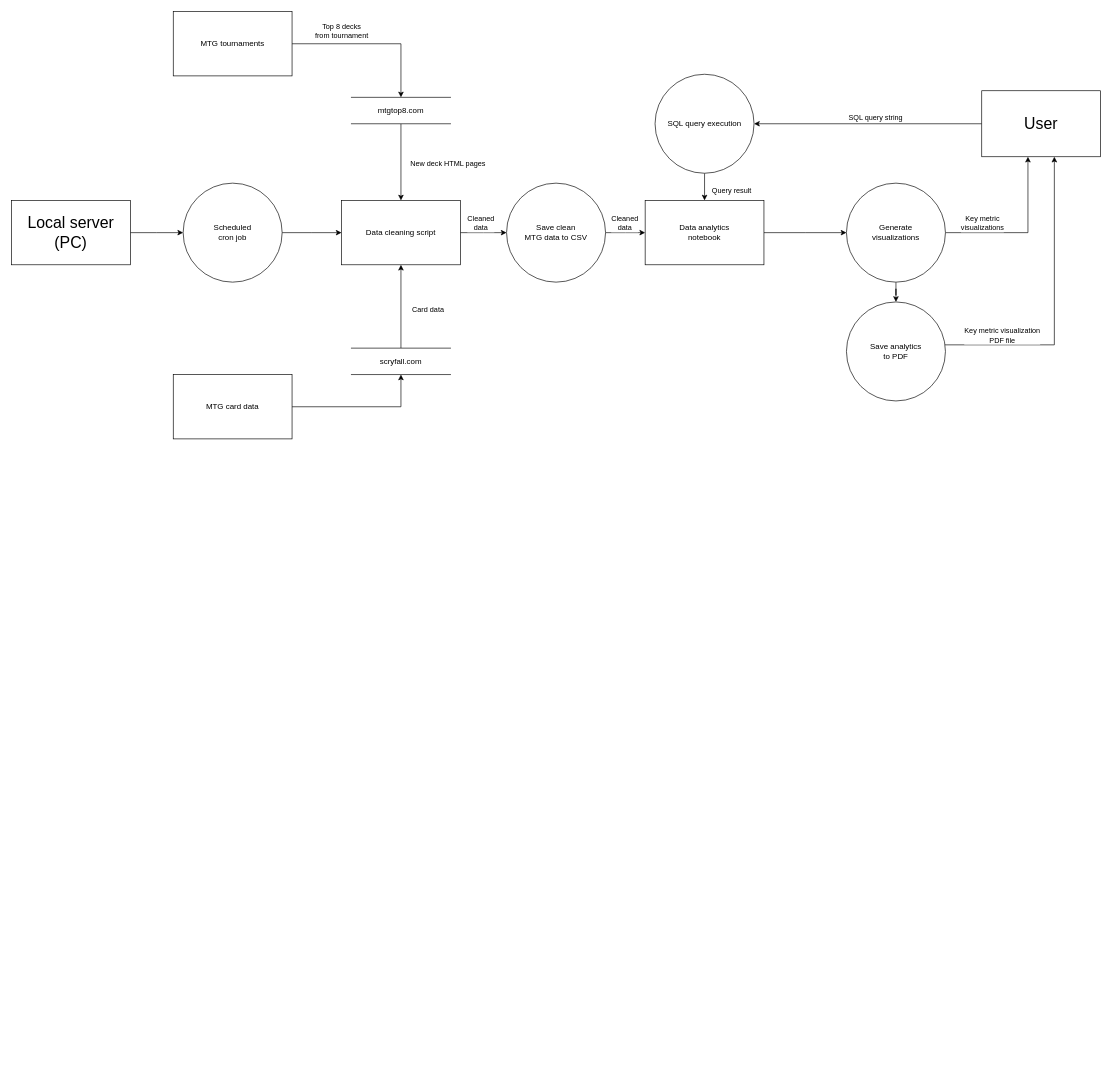
Above: page "DFD-Level1" (2 of 2) of assets/images/portfolio/mcp-scrapper.drawio in gmarti-web/gmarti-web.github.io (draw.io), before the change. Source tidied: cells renumbered, new cells numbered last; positions are measured from the earlier drawing's top-left corner, leaving out a move shared by most shapes. Both pictures are drawn from the tidied source at 66%, with x=0, y=0 at pixel (11, 11).
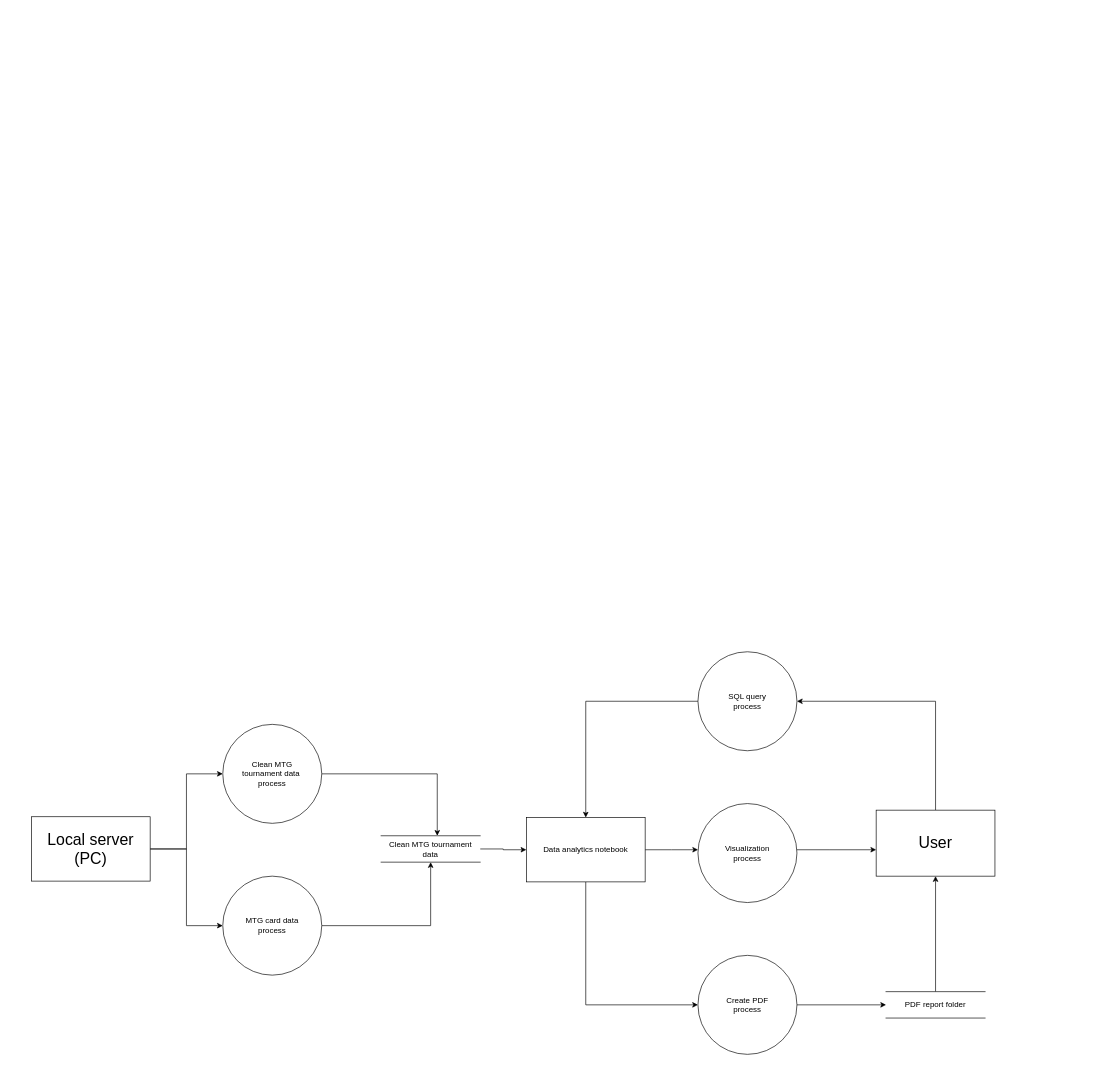
The same page after the edit.

Diff of the diagram source:
```diff
@@
-    <mxCell id="2" style="edgeStyle=orthogonalEdgeStyle;rounded=0;jettySize=auto;html=1;" parent="1" edge="1" source="3" target="8">
-      <mxGeometry relative="1" as="geometry" />
-    </mxCell>
+    <mxCell id="38" style="edgeStyle=orthogonalEdgeStyle;rounded=0;jettySize=auto;html=1;" parent="1" edge="1" source="3" target="41">
+      <mxGeometry relative="1" as="geometry" />
+    </mxCell>
+    <mxCell id="39" style="edgeStyle=orthogonalEdgeStyle;rounded=0;jettySize=auto;html=1;" parent="1" edge="1" source="3" target="43">
+      <mxGeometry relative="1" as="geometry" />
+    </mxCell>
     <mxCell id="3" value="&lt;div&gt;&lt;font style=&quot;font-size: 24px;&quot;&gt;Local server&lt;/font&gt;&lt;/div&gt;&lt;div&gt;&lt;font style=&quot;font-size: 24px;&quot;&gt;(PC)&lt;/font&gt;&lt;/div&gt;" style="html=1;dashed=0;whiteSpace=wrap;" parent="1" vertex="1">
-      <mxGeometry y="286.2" width="180" height="97.5" as="geometry" />
+      <mxGeometry x="30" y="1220" width="180" height="97.5" as="geometry" />
     </mxCell>
-    <mxCell id="4" style="edgeStyle=orthogonalEdgeStyle;rounded=0;jettySize=auto;html=1;" parent="1" edge="1" source="6" target="24">
-      <mxGeometry relative="1" as="geometry" />
-    </mxCell>
-    <mxCell id="5" value="&lt;div&gt;Cleaned&lt;/div&gt;&lt;div&gt;data&lt;/div&gt;" style="edgeLabel;html=1;align=center;verticalAlign=middle;" parent="4" vertex="1">
-      <mxGeometry x="-0.13" y="1" relative="1" as="geometry">
-        <mxPoint y="-14" as="offset" />
-      </mxGeometry>
-    </mxCell>
-    <mxCell id="6" value="&lt;div&gt;Data cleaning script&lt;/div&gt;" style="html=1;dashed=0;whiteSpace=wrap;" parent="1" vertex="1">
-      <mxGeometry x="500" y="286.2" width="180" height="97.5" as="geometry" />
-    </mxCell>
-    <mxCell id="7" style="edgeStyle=orthogonalEdgeStyle;rounded=0;jettySize=auto;html=1;" parent="1" edge="1" source="8" target="6">
-      <mxGeometry relative="1" as="geometry" />
-    </mxCell>
-    <mxCell id="8" value="&lt;div&gt;Scheduled&lt;/div&gt;&lt;div&gt;cron job&lt;/div&gt;" style="shape=ellipse;html=1;dashed=0;whiteSpace=wrap;perimeter=ellipsePerimeter;" parent="1" vertex="1">
-      <mxGeometry x="260" y="260" width="150" height="150" as="geometry" />
-    </mxCell>
-    <mxCell id="9" style="edgeStyle=orthogonalEdgeStyle;rounded=0;jettySize=auto;html=1;exitX=0.5;exitY=1;exitDx=0;exitDy=0;" parent="1" edge="1" source="11" target="6">
-      <mxGeometry relative="1" as="geometry" />
-    </mxCell>
-    <mxCell id="10" value="&lt;div&gt;New deck HTML pages&lt;/div&gt;" style="edgeLabel;html=1;align=center;verticalAlign=middle;" parent="9" vertex="1">
-      <mxGeometry x="-0.19" y="-2" relative="1" as="geometry">
-        <mxPoint x="72" y="13" as="offset" />
-      </mxGeometry>
-    </mxCell>
-    <mxCell id="11" value="mtgtop8.com" style="html=1;dashed=0;whiteSpace=wrap;shape=partialRectangle;right=0;left=0;" parent="1" vertex="1">
-      <mxGeometry x="515" y="130" width="150" height="40" as="geometry" />
-    </mxCell>
-    <mxCell id="12" style="edgeStyle=orthogonalEdgeStyle;rounded=0;jettySize=auto;html=1;entryX=0.5;entryY=0;entryDx=0;entryDy=0;" parent="1" edge="1" source="14" target="11">
-      <mxGeometry relative="1" as="geometry" />
-    </mxCell>
-    <mxCell id="13" value="&lt;div&gt;Top 8 decks&lt;/div&gt;&lt;div&gt;from tournament&lt;/div&gt;" style="edgeLabel;html=1;align=center;verticalAlign=middle;" parent="12" vertex="1">
-      <mxGeometry x="-0.08" y="1" relative="1" as="geometry">
-        <mxPoint x="-39" y="-18" as="offset" />
-      </mxGeometry>
-    </mxCell>
-    <mxCell id="14" value="MTG tournaments" style="html=1;dashed=0;whiteSpace=wrap;" parent="1" vertex="1">
-      <mxGeometry x="245" width="180" height="97.5" as="geometry" />
-    </mxCell>
-    <mxCell id="15" style="edgeStyle=orthogonalEdgeStyle;rounded=0;jettySize=auto;html=1;" parent="1" edge="1" source="16" target="19">
-      <mxGeometry relative="1" as="geometry">
-        <Array as="points">
-          <mxPoint x="590" y="599" />
-        </Array>
-      </mxGeometry>
-    </mxCell>
-    <mxCell id="16" value="MTG card data" style="html=1;dashed=0;whiteSpace=wrap;" parent="1" vertex="1">
-      <mxGeometry x="245" y="550" width="180" height="97.5" as="geometry" />
-    </mxCell>
-    <mxCell id="17" style="edgeStyle=orthogonalEdgeStyle;rounded=0;jettySize=auto;html=1;" parent="1" edge="1" source="19" target="6">
-      <mxGeometry relative="1" as="geometry" />
-    </mxCell>
-    <mxCell id="18" value="Card data" style="edgeLabel;html=1;align=center;verticalAlign=middle;" parent="17" vertex="1">
-      <mxGeometry x="0.02" y="-4" relative="1" as="geometry">
-        <mxPoint x="36" y="4" as="offset" />
-      </mxGeometry>
-    </mxCell>
-    <mxCell id="19" value="scryfall.com" style="html=1;dashed=0;whiteSpace=wrap;shape=partialRectangle;right=0;left=0;" parent="1" vertex="1">
-      <mxGeometry x="515" y="510" width="150" height="40" as="geometry" />
-    </mxCell>
-    <mxCell id="20" style="edgeStyle=orthogonalEdgeStyle;rounded=0;jettySize=auto;html=1;entryX=0;entryY=0.5;entryDx=0;entryDy=0;" parent="1" edge="1" source="21" target="34">
-      <mxGeometry relative="1" as="geometry" />
-    </mxCell>
+    <mxCell id="40" style="edgeStyle=orthogonalEdgeStyle;rounded=0;jettySize=auto;html=1;" parent="1" edge="1" source="41" target="45">
+      <mxGeometry relative="1" as="geometry">
+        <Array as="points">
+          <mxPoint x="645" y="1155" />
+        </Array>
+      </mxGeometry>
+    </mxCell>
+    <mxCell id="41" value="&lt;div&gt;Clean MTG&lt;/div&gt;&lt;div&gt;tournament data&amp;nbsp;&lt;/div&gt;&lt;div&gt;process&lt;/div&gt;" style="shape=ellipse;html=1;dashed=0;whiteSpace=wrap;perimeter=ellipsePerimeter;" parent="1" vertex="1">
+      <mxGeometry x="320" y="1080" width="150" height="150" as="geometry" />
+    </mxCell>
+    <mxCell id="42" style="edgeStyle=orthogonalEdgeStyle;rounded=0;jettySize=auto;html=1;" parent="1" edge="1" source="43" target="45">
+      <mxGeometry relative="1" as="geometry" />
+    </mxCell>
+    <mxCell id="43" value="&lt;div&gt;MTG card data&lt;/div&gt;&lt;div&gt;process&lt;/div&gt;" style="shape=ellipse;html=1;dashed=0;whiteSpace=wrap;perimeter=ellipsePerimeter;" parent="1" vertex="1">
+      <mxGeometry x="320" y="1310" width="150" height="150" as="geometry" />
+    </mxCell>
+    <mxCell id="44" style="edgeStyle=orthogonalEdgeStyle;rounded=0;jettySize=auto;html=1;" parent="1" edge="1" source="45" target="21">
+      <mxGeometry relative="1" as="geometry" />
+    </mxCell>
+    <mxCell id="45" value="&lt;div&gt;Clean MTG tournament&lt;/div&gt;&lt;div&gt;data&lt;/div&gt;" style="html=1;dashed=0;whiteSpace=wrap;shape=partialRectangle;right=0;left=0;" parent="1" vertex="1">
+      <mxGeometry x="560" y="1248.8" width="150" height="40" as="geometry" />
+    </mxCell>
+    <mxCell id="46" style="edgeStyle=orthogonalEdgeStyle;rounded=0;jettySize=auto;html=1;" parent="1" edge="1" source="21" target="52">
+      <mxGeometry relative="1" as="geometry">
+        <Array as="points">
+          <mxPoint x="1000" y="1270" />
+          <mxPoint x="1000" y="1270" />
+        </Array>
+      </mxGeometry>
+    </mxCell>
+    <mxCell id="47" style="edgeStyle=orthogonalEdgeStyle;rounded=0;jettySize=auto;html=1;" parent="1" edge="1" source="21" target="54">
+      <mxGeometry relative="1" as="geometry">
+        <Array as="points">
+          <mxPoint x="870" y="1505" />
+        </Array>
+      </mxGeometry>
+    </mxCell>
-    <mxCell id="21" value="&lt;div&gt;Data analytics&lt;/div&gt;&lt;div&gt;notebook&lt;/div&gt;" style="html=1;dashed=0;whiteSpace=wrap;" parent="1" vertex="1">
-      <mxGeometry x="960" y="286.2" width="180" height="97.5" as="geometry" />
+    <mxCell id="21" value="Data analytics notebook" style="html=1;dashed=0;whiteSpace=wrap;" parent="1" vertex="1">
+      <mxGeometry x="780" y="1221.2" width="180" height="97.5" as="geometry" />
     </mxCell>
-    <mxCell id="22" style="edgeStyle=orthogonalEdgeStyle;rounded=0;jettySize=auto;html=1;" parent="1" edge="1" source="24" target="21">
-      <mxGeometry relative="1" as="geometry" />
-    </mxCell>
-    <mxCell id="23" value="&lt;div&gt;Cleaned&lt;/div&gt;&lt;div&gt;data&lt;/div&gt;" style="edgeLabel;html=1;align=center;verticalAlign=middle;" parent="22" vertex="1">
-      <mxGeometry x="-0.08" y="-1" relative="1" as="geometry">
-        <mxPoint y="-16" as="offset" />
-      </mxGeometry>
-    </mxCell>
-    <mxCell id="24" value="&lt;div&gt;Save clean&lt;/div&gt;&lt;div&gt;MTG data to CSV&lt;/div&gt;" style="shape=ellipse;html=1;dashed=0;whiteSpace=wrap;perimeter=ellipsePerimeter;" parent="1" vertex="1">
-      <mxGeometry x="750" y="260" width="150" height="150" as="geometry" />
-    </mxCell>
-    <mxCell id="25" style="edgeStyle=orthogonalEdgeStyle;rounded=0;jettySize=auto;html=1;" parent="1" edge="1" source="27" target="30">
-      <mxGeometry relative="1" as="geometry" />
-    </mxCell>
-    <mxCell id="26" value="SQL query string" style="edgeLabel;html=1;align=center;verticalAlign=middle;" parent="25" vertex="1">
-      <mxGeometry x="-0.06" y="5" relative="1" as="geometry">
-        <mxPoint y="-15" as="offset" />
-      </mxGeometry>
-    </mxCell>
+    <mxCell id="48" style="edgeStyle=orthogonalEdgeStyle;rounded=0;jettySize=auto;html=1;entryX=1;entryY=0.5;entryDx=0;entryDy=0;" parent="1" edge="1" source="27" target="50">
+      <mxGeometry relative="1" as="geometry">
+        <Array as="points">
+          <mxPoint x="1400" y="1045" />
+        </Array>
+      </mxGeometry>
+    </mxCell>
     <mxCell id="27" value="&lt;font style=&quot;font-size: 24px;&quot;&gt;User&lt;/font&gt;" style="html=1;dashed=0;whiteSpace=wrap;" parent="1" vertex="1">
-      <mxGeometry x="1470" y="120" width="180" height="100" as="geometry" />
+      <mxGeometry x="1310" y="1210" width="180" height="100" as="geometry" />
     </mxCell>
-    <mxCell id="28" style="edgeStyle=orthogonalEdgeStyle;rounded=0;jettySize=auto;html=1;" parent="1" edge="1" source="30" target="21">
-      <mxGeometry relative="1" as="geometry" />
-    </mxCell>
-    <mxCell id="29" value="Query result" style="edgeLabel;html=1;align=center;verticalAlign=middle;" parent="28" vertex="1">
-      <mxGeometry x="-0.02" y="1" relative="1" as="geometry">
-        <mxPoint x="39" y="5" as="offset" />
-      </mxGeometry>
-    </mxCell>
-    <mxCell id="30" value="SQL query execution" style="shape=ellipse;html=1;dashed=0;whiteSpace=wrap;perimeter=ellipsePerimeter;" parent="1" vertex="1">
-      <mxGeometry x="975" y="95" width="150" height="150" as="geometry" />
-    </mxCell>
-    <mxCell id="31" style="edgeStyle=orthogonalEdgeStyle;rounded=0;jettySize=auto;html=1;" parent="1" edge="1" source="34" target="27">
-      <mxGeometry relative="1" as="geometry">
-        <Array as="points">
-          <mxPoint x="1540" y="335" />
-        </Array>
-      </mxGeometry>
-    </mxCell>
-    <mxCell id="32" value="&lt;div&gt;Key metric&lt;/div&gt;&lt;div&gt;visualizations&lt;/div&gt;" style="edgeLabel;html=1;align=center;verticalAlign=middle;" parent="31" vertex="1">
-      <mxGeometry x="-0.34" y="-2" relative="1" as="geometry">
-        <mxPoint x="-24" y="-17" as="offset" />
-      </mxGeometry>
-    </mxCell>
-    <mxCell id="33" style="edgeStyle=orthogonalEdgeStyle;rounded=0;jettySize=auto;html=1;entryX=0.5;entryY=0;entryDx=0;entryDy=0;" parent="1" edge="1" source="34" target="37">
-      <mxGeometry relative="1" as="geometry" />
-    </mxCell>
-    <mxCell id="34" value="&lt;div&gt;Generate&lt;/div&gt;&lt;div&gt;visualizations&lt;/div&gt;" style="shape=ellipse;html=1;dashed=0;whiteSpace=wrap;perimeter=ellipsePerimeter;" parent="1" vertex="1">
-      <mxGeometry x="1265" y="260" width="150" height="150" as="geometry" />
-    </mxCell>
-    <mxCell id="35" style="edgeStyle=orthogonalEdgeStyle;rounded=0;jettySize=auto;html=1;" parent="1" edge="1" source="37" target="27">
-      <mxGeometry relative="1" as="geometry">
-        <Array as="points">
-          <mxPoint x="1580" y="505" />
-        </Array>
-      </mxGeometry>
-    </mxCell>
-    <mxCell id="36" value="&lt;div&gt;Key metric visualization&lt;/div&gt;&lt;div&gt;PDF file&lt;/div&gt;" style="edgeLabel;html=1;align=center;verticalAlign=middle;" parent="35" vertex="1">
-      <mxGeometry x="-0.62" relative="1" as="geometry">
-        <mxPoint y="-15" as="offset" />
-      </mxGeometry>
-    </mxCell>
-    <mxCell id="37" value="&lt;div&gt;Save analytics&lt;/div&gt;&lt;div&gt;to PDF&lt;/div&gt;" style="shape=ellipse;html=1;dashed=0;whiteSpace=wrap;perimeter=ellipsePerimeter;" parent="1" vertex="1">
-      <mxGeometry x="1265" y="440" width="150" height="150" as="geometry" />
-    </mxCell>
+    <mxCell id="49" style="edgeStyle=orthogonalEdgeStyle;rounded=0;jettySize=auto;html=1;entryX=0.5;entryY=0;entryDx=0;entryDy=0;" parent="1" edge="1" source="50" target="21">
+      <mxGeometry relative="1" as="geometry" />
+    </mxCell>
+    <mxCell id="50" value="&lt;div&gt;SQL query&lt;/div&gt;&lt;div&gt;process&lt;/div&gt;" style="shape=ellipse;html=1;dashed=0;whiteSpace=wrap;perimeter=ellipsePerimeter;" parent="1" vertex="1">
+      <mxGeometry x="1040" y="970" width="150" height="150" as="geometry" />
+    </mxCell>
+    <mxCell id="51" style="edgeStyle=orthogonalEdgeStyle;rounded=0;jettySize=auto;html=1;" parent="1" edge="1" source="52" target="27">
+      <mxGeometry relative="1" as="geometry">
+        <Array as="points">
+          <mxPoint x="1240" y="1270" />
+          <mxPoint x="1240" y="1270" />
+        </Array>
+      </mxGeometry>
+    </mxCell>
+    <mxCell id="52" value="&lt;div&gt;Visualization&lt;/div&gt;&lt;div&gt;process&lt;/div&gt;" style="shape=ellipse;html=1;dashed=0;whiteSpace=wrap;perimeter=ellipsePerimeter;" parent="1" vertex="1">
+      <mxGeometry x="1040" y="1200" width="150" height="150" as="geometry" />
+    </mxCell>
+    <mxCell id="53" style="edgeStyle=orthogonalEdgeStyle;rounded=0;jettySize=auto;html=1;" parent="1" edge="1" source="54" target="56">
+      <mxGeometry relative="1" as="geometry" />
+    </mxCell>
+    <mxCell id="54" value="&lt;div&gt;Create PDF&lt;/div&gt;&lt;div&gt;process&lt;/div&gt;" style="shape=ellipse;html=1;dashed=0;whiteSpace=wrap;perimeter=ellipsePerimeter;" parent="1" vertex="1">
+      <mxGeometry x="1040" y="1430" width="150" height="150" as="geometry" />
+    </mxCell>
+    <mxCell id="55" style="edgeStyle=orthogonalEdgeStyle;rounded=0;jettySize=auto;html=1;" parent="1" edge="1" source="56" target="27">
+      <mxGeometry relative="1" as="geometry" />
+    </mxCell>
+    <mxCell id="56" value="PDF report folder" style="html=1;dashed=0;whiteSpace=wrap;shape=partialRectangle;right=0;left=0;" parent="1" vertex="1">
+      <mxGeometry x="1325" y="1485" width="150" height="40" as="geometry" />
+    </mxCell>
```
